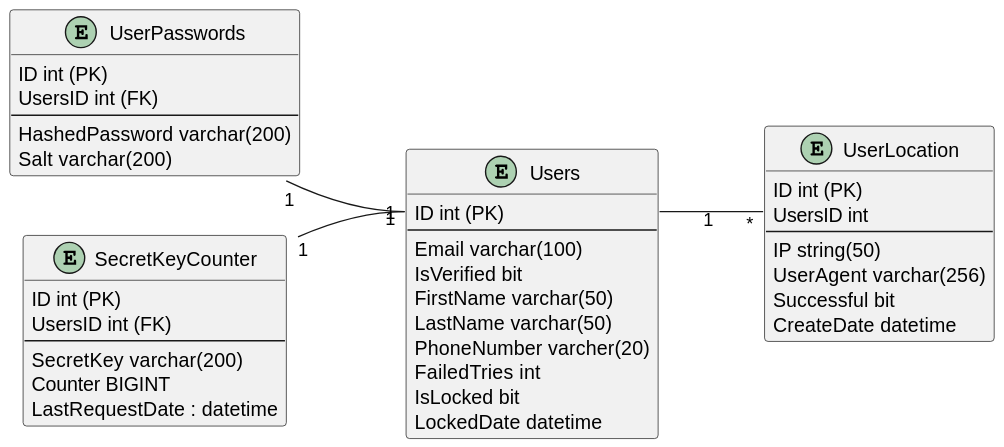
Earlier version of the PlantUML export Docs/out/ERD/Login-ERD/ERD.svg (blackout1471/trust-us-school).
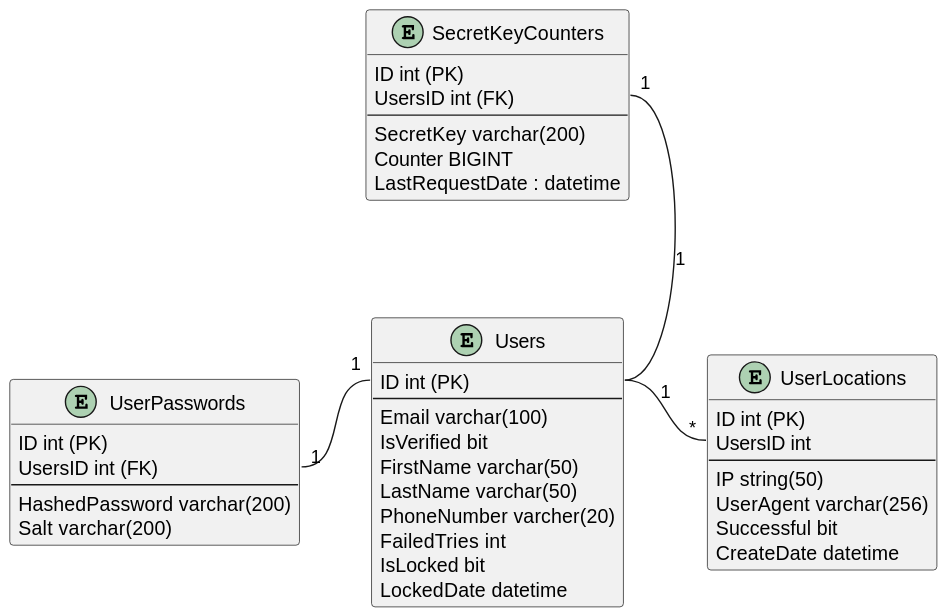
The same diagram one commit later.

What changed in the source:
```diff
@@ -1,5 +1,4 @@
 @startuml ERD
-left to right direction
 
 entity "UserPasswords" as up{
     ID int (PK)
@@ -9,7 +8,7 @@
     Salt varchar(200)
 }
 
-entity "SecretKeyCounter" as sk {
+entity "SecretKeyCounters" as sk {
     ID int (PK)
     UsersID int (FK)
     --
@@ -30,7 +29,7 @@
     IsLocked bit
     LockedDate datetime
 }
-entity "UserLocation" as vul {
+entity "UserLocations" as vul {
     ID int (PK)
     UsersID int
     --
@@ -40,11 +39,10 @@
     CreateDate datetime
 }
 
-Users::ID"      1" -- "*"vul::UsersID
+Users::ID -r- "*"vul::UsersID : 1
 
-up::UserID"1" -- "1"Users::ID
-
-sk::UserID"1" -- "1"Users::ID
+up::UsersID "1" -r- "1"Users::ID
+sk::UsersID "1" -d- Users::ID : 1
 
 
 @enduml
```
